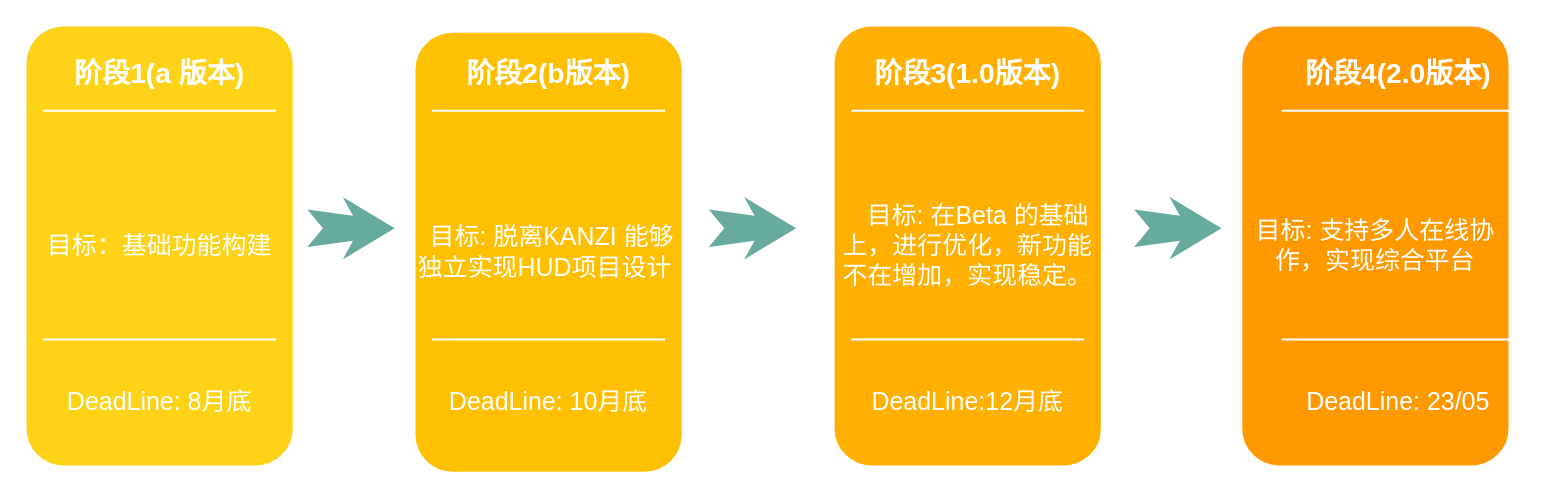
The draw.io diagram 版本规划.drawio in Evan2698/WorkFlowItem, before the edit. Source tidied: cells renumbered, new cells numbered last; positions are measured from the earlier drawing's top-left corner, leaving out a move shared by most shapes. Both pictures are drawn from the tidied source at 104%, with x=0, y=0 at pixel (22, 22).
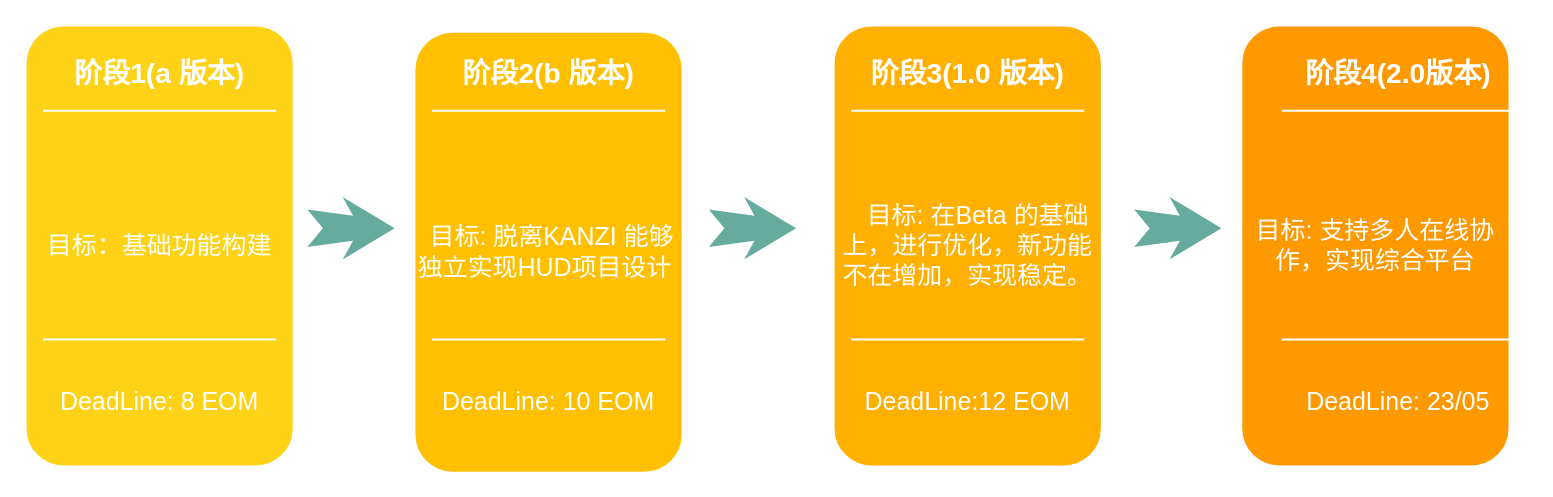
The same diagram, later.

Commit message:
更新版本规划.drawio

Change to the diagram source:
```diff
@@
-    <mxCell id="4" value="&lt;font style=&quot;font-size: 24px;&quot;&gt;DeadLine: 8月底&lt;/font&gt;" style="text;html=1;strokeColor=none;fillColor=none;align=center;verticalAlign=middle;whiteSpace=wrap;rounded=0;shadow=0;fontSize=14;fontColor=#FFFFFF;" parent="1" vertex="1">
+    <mxCell id="4" value="&lt;font style=&quot;font-size: 24px;&quot;&gt;DeadLine: 8 EOM&lt;/font&gt;" style="text;html=1;strokeColor=none;fillColor=none;align=center;verticalAlign=middle;whiteSpace=wrap;rounded=0;shadow=0;fontSize=14;fontColor=#FFFFFF;" parent="1" vertex="1">
       <mxGeometry y="320" width="264" height="90" as="geometry" />
     </mxCell>
@@
-    <mxCell id="9" value="阶段2(b版本)" style="text;html=1;strokeColor=none;fillColor=none;align=center;verticalAlign=middle;whiteSpace=wrap;rounded=0;shadow=0;fontSize=27;fontColor=#FFFFFF;fontStyle=1;" parent="1" vertex="1">
+    <mxCell id="9" value="阶段2(b 版本)" style="text;html=1;strokeColor=none;fillColor=none;align=center;verticalAlign=middle;whiteSpace=wrap;rounded=0;shadow=0;fontSize=27;fontColor=#FFFFFF;fontStyle=1;" parent="1" vertex="1">
       <mxGeometry x="374" y="20" width="264" height="60" as="geometry" />
     </mxCell>
-    <mxCell id="10" value="&lt;span style=&quot;font-size: 24px;&quot;&gt;DeadLine&lt;/span&gt;&lt;span style=&quot;font-size: 24px;&quot;&gt;: 10月底&lt;/span&gt;" style="text;html=1;strokeColor=none;fillColor=none;align=center;verticalAlign=middle;whiteSpace=wrap;rounded=0;shadow=0;fontSize=14;fontColor=#FFFFFF;" parent="1" vertex="1">
+    <mxCell id="10" value="&lt;span style=&quot;font-size: 24px;&quot;&gt;DeadLine&lt;/span&gt;&lt;span style=&quot;font-size: 24px;&quot;&gt;: 10 EOM&lt;/span&gt;" style="text;html=1;strokeColor=none;fillColor=none;align=center;verticalAlign=middle;whiteSpace=wrap;rounded=0;shadow=0;fontSize=14;fontColor=#FFFFFF;" parent="1" vertex="1">
       <mxGeometry x="374" y="320" width="264" height="90" as="geometry" />
     </mxCell>
@@
-    <mxCell id="14" value="阶段3(1.0版本)" style="text;html=1;strokeColor=none;fillColor=none;align=center;verticalAlign=middle;whiteSpace=wrap;rounded=0;shadow=0;fontSize=27;fontColor=#FFFFFF;fontStyle=1;" parent="1" vertex="1">
+    <mxCell id="14" value="阶段3(1.0 版本)" style="text;html=1;strokeColor=none;fillColor=none;align=center;verticalAlign=middle;whiteSpace=wrap;rounded=0;shadow=0;fontSize=27;fontColor=#FFFFFF;fontStyle=1;" parent="1" vertex="1">
       <mxGeometry x="777" y="20" width="264" height="60" as="geometry" />
     </mxCell>
-    <mxCell id="15" value="&lt;span style=&quot;font-size: 24px;&quot;&gt;DeadLine&lt;/span&gt;&lt;span style=&quot;font-size: 24px;&quot;&gt;:12月底&lt;/span&gt;" style="text;html=1;strokeColor=none;fillColor=none;align=center;verticalAlign=middle;whiteSpace=wrap;rounded=0;shadow=0;fontSize=14;fontColor=#FFFFFF;" parent="1" vertex="1">
+    <mxCell id="15" value="&lt;span style=&quot;font-size: 24px;&quot;&gt;DeadLine&lt;/span&gt;&lt;span style=&quot;font-size: 24px;&quot;&gt;:12 EOM&lt;/span&gt;" style="text;html=1;strokeColor=none;fillColor=none;align=center;verticalAlign=middle;whiteSpace=wrap;rounded=0;shadow=0;fontSize=14;fontColor=#FFFFFF;" parent="1" vertex="1">
       <mxGeometry x="777" y="320" width="264" height="90" as="geometry" />
     </mxCell>
```
